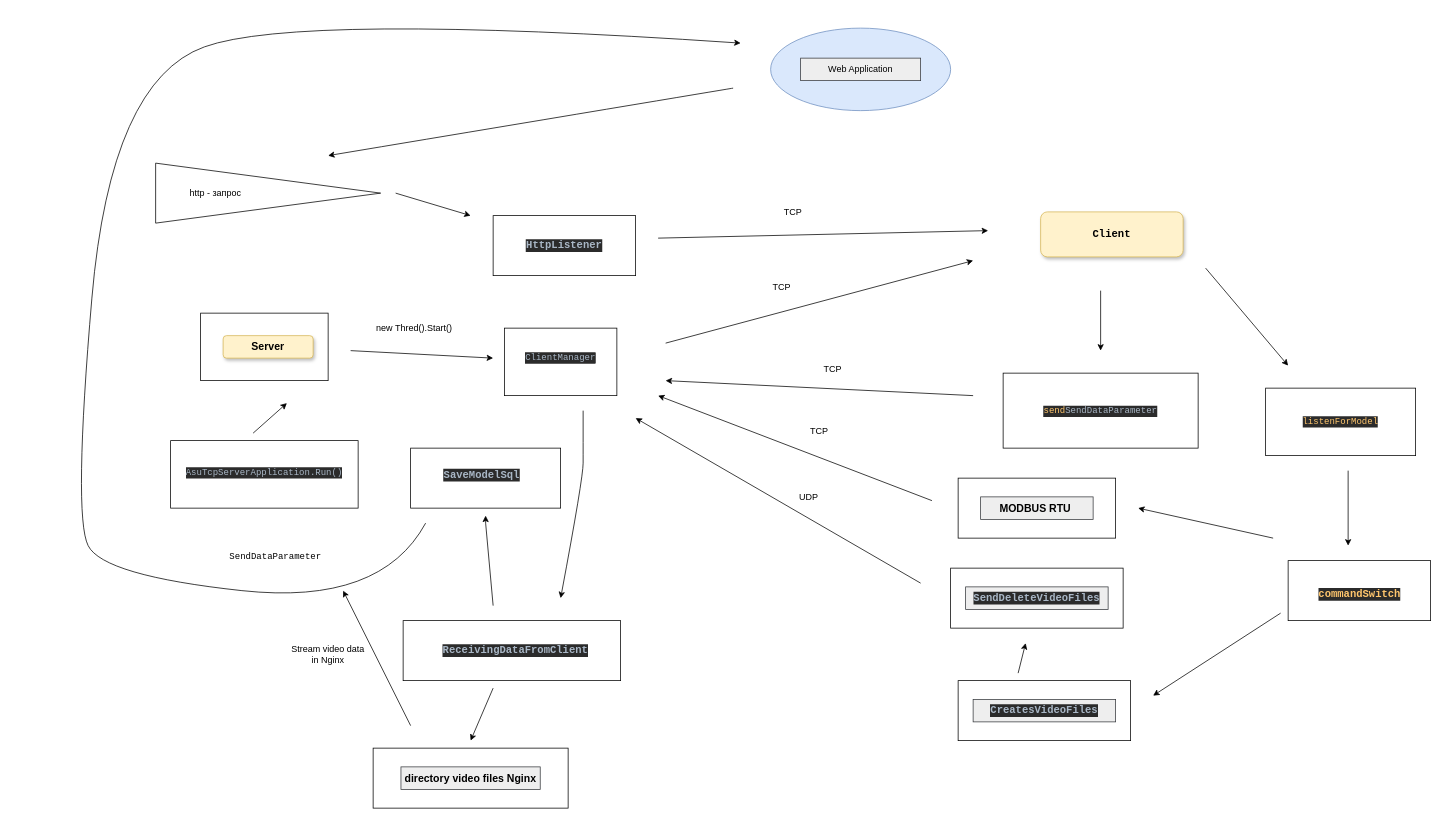
seregAnt02/AsuTcpClientrOnJava keeps this draw.io diagram as src/main/java/structure_diagram.drawio. Above is the earlier version. Source tidied: cells renumbered, new cells numbered last; positions are measured from the earlier drawing's top-left corner, leaving out a move shared by most shapes. Both pictures are drawn from the tidied source at 75%, with x=0, y=0 at pixel (73, 13).
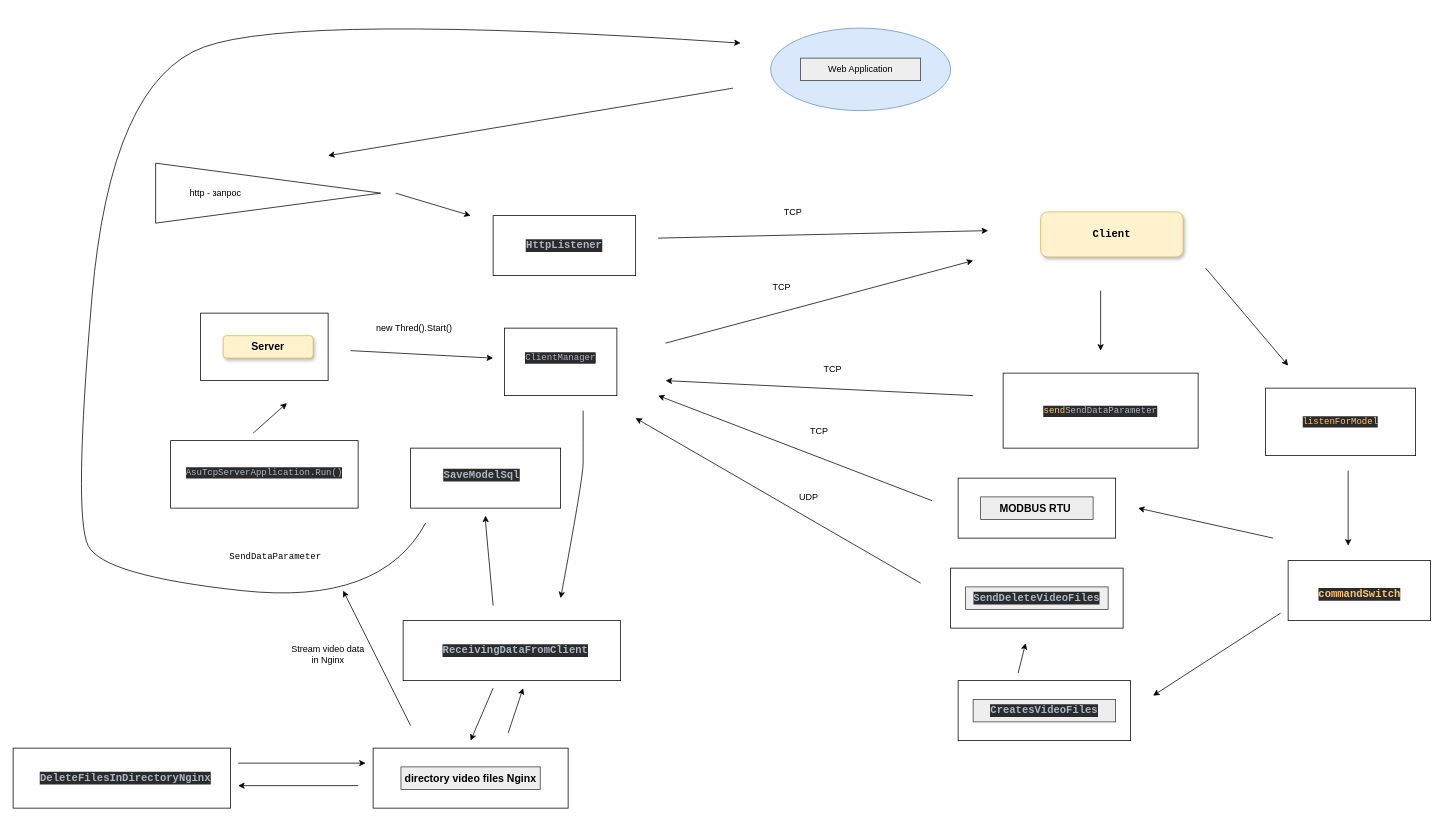
The same page after the edit.

Change to the diagram source:
```diff
@@
+    <mxCell id="90" style="rounded=0;whiteSpace=wrap;html=1;" parent="1" vertex="1">
+      <mxGeometry x="-80" y="980" width="290" height="80" as="geometry" />
+    </mxCell>
+    <mxCell id="91" value="&lt;h3 style=&quot;background-color: light-dark(rgb(43, 43, 43), rgb(200, 200, 200)); color: light-dark(rgb(169, 183, 198), rgb(71, 83, 96)); font-family: &amp;quot;JetBrains Mono&amp;quot;, monospace;&quot;&gt;&lt;span style=&quot;color: rgb(255, 198, 109);&quot;&gt;&lt;pre style=&quot;color: rgb(169, 183, 198); font-family: &amp;quot;JetBrains Mono&amp;quot;, monospace;&quot;&gt;&lt;pre style=&quot;font-family: &amp;quot;JetBrains Mono&amp;quot;, monospace;&quot;&gt;DeleteFilesInDirectoryNginx&lt;/pre&gt;&lt;/pre&gt;&lt;/span&gt;&lt;/h3&gt;" style="text;html=1;align=center;verticalAlign=middle;whiteSpace=wrap;rounded=0;" parent="1" vertex="1">
+      <mxGeometry x="-50" y="1005" width="240" height="30" as="geometry" />
+    </mxCell>
+    <mxCell id="92" style="endArrow=classic;html=1;rounded=0;" parent="1" edge="1">
+      <mxGeometry relative="1" as="geometry">
+        <mxPoint x="220" y="1000" as="sourcePoint" />
+        <mxPoint x="390" y="1000" as="targetPoint" />
+      </mxGeometry>
+    </mxCell>
+    <mxCell id="93" style="endArrow=classic;html=1;rounded=0;" parent="1" edge="1">
+      <mxGeometry relative="1" as="geometry">
+        <mxPoint x="380" y="1030" as="sourcePoint" />
+        <mxPoint x="220" y="1030" as="targetPoint" />
+      </mxGeometry>
+    </mxCell>
+    <mxCell id="94" style="endArrow=classic;html=1;rounded=0;" parent="1" edge="1">
+      <mxGeometry relative="1" as="geometry">
+        <mxPoint x="580" y="960" as="sourcePoint" />
+        <mxPoint x="600" y="900" as="targetPoint" />
+      </mxGeometry>
+    </mxCell>
```
